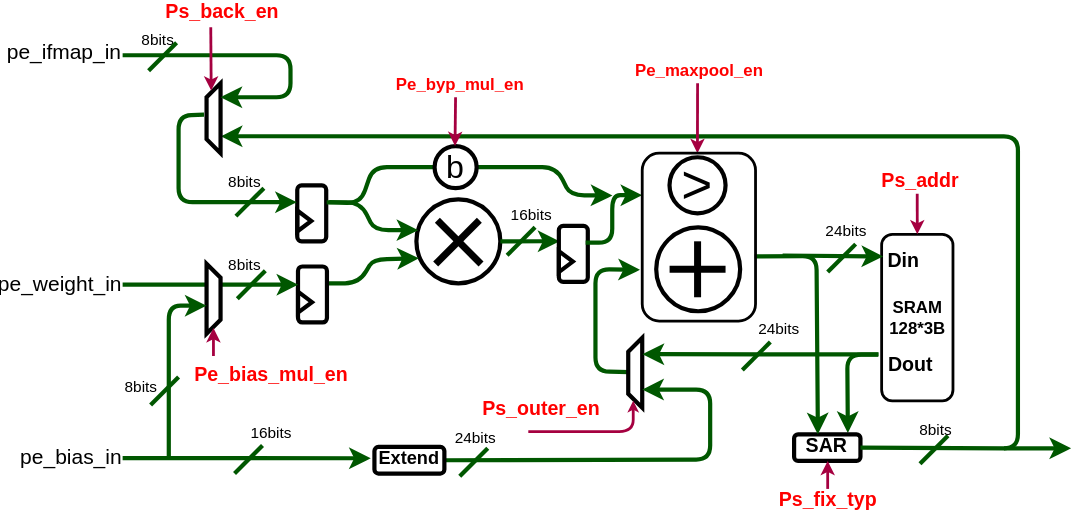
lycfly/EasyNPU keeps this draw.io diagram as docs/images/PE.drawio.svg. Above is the earlier version. Source tidied: cells renumbered, new cells last; positions are measured from the earlier drawing's top-left corner, leaving out a move shared by most shapes.
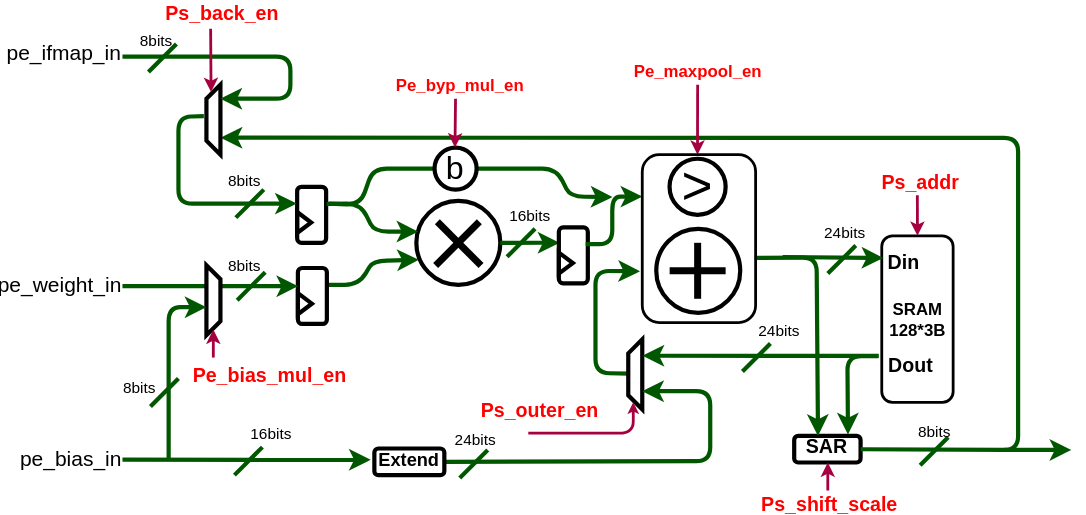
After the change.

Change to the diagram source:
```diff
@@ -350,9 +350,9 @@
         <mxPoint x="550" y="310" as="targetPoint" />
       </mxGeometry>
     </mxCell>
-    <mxCell id="73" value="Ps_fix_typ" style="edgeLabel;html=1;align=center;verticalAlign=middle;fontColor=#FF0000;labelBackgroundColor=none;fontSize=14;fontStyle=1;" parent="1" vertex="1">
-      <mxGeometry x="559" y="337" as="geometry">
-        <mxPoint x="-10" as="offset" />
+    <mxCell id="73" value="Ps_shift_scale" style="edgeLabel;html=1;align=center;verticalAlign=middle;fontColor=#FF0000;labelBackgroundColor=none;fontSize=14;fontStyle=1;" parent="1" vertex="1">
+      <mxGeometry x="559" y="344" as="geometry">
+        <mxPoint x="-8" y="-5" as="offset" />
       </mxGeometry>
     </mxCell>
     <mxCell id="74" style="endArrow=classic;html=1;fontSize=16;fontColor=#000000;strokeColor=#A50040;strokeWidth=2;fillColor=#d80073;entryX=0.332;entryY=0.105;entryDx=0;entryDy=0;endSize=4;entryPerimeter=0;" parent="1" edge="1" target="68">
```
